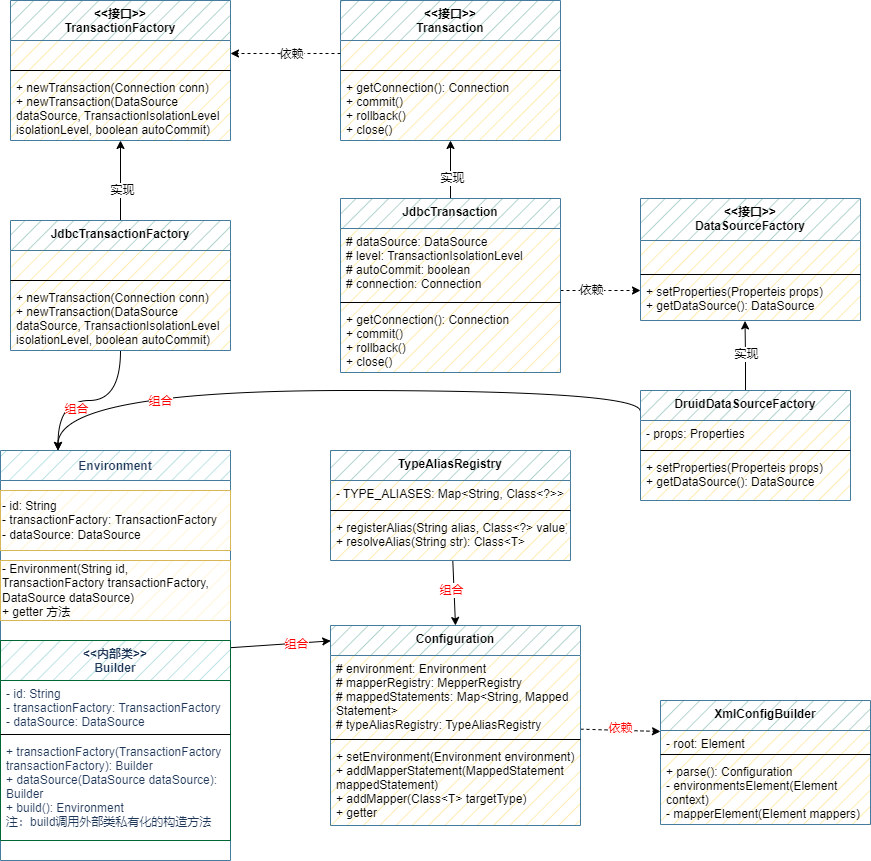
This is wzz-mybatis/mybatis-step04-解析数据源并获取连接.drawio.png from wsxzei/markdown-photos, a draw.io export, as it was before one commit. Source tidied: cells renumbered, new cells last; positions are measured from the earlier drawing's top-left corner, leaving out a move shared by most shapes.
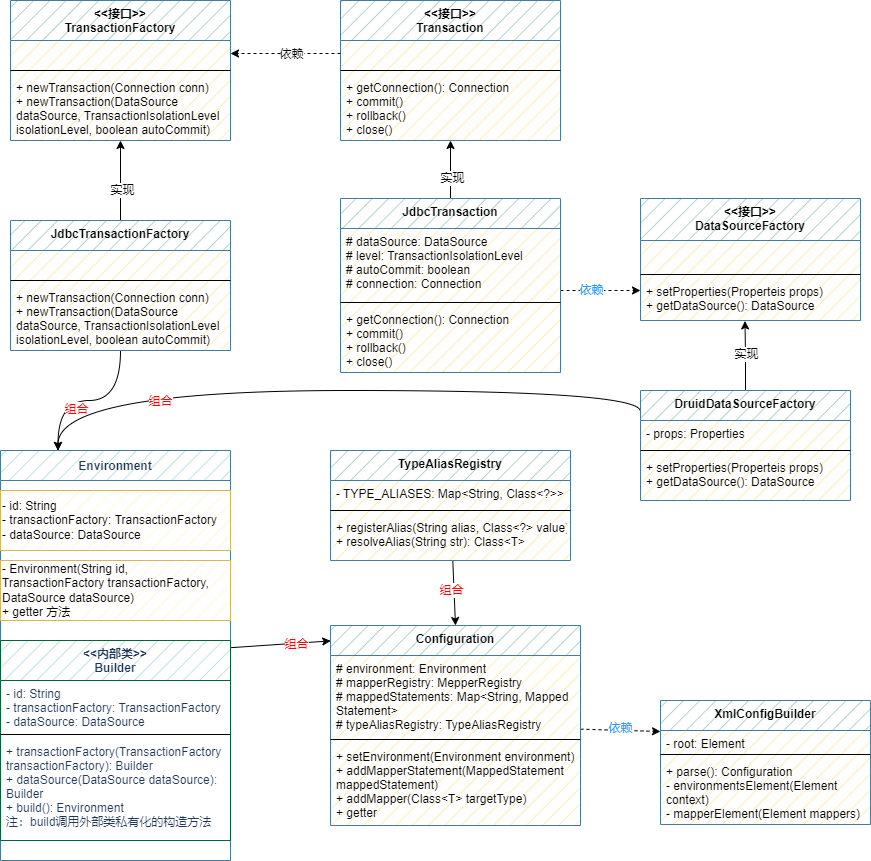
The same diagram one commit later.

Commit message:
更新mybatis-step04-解析数据源并获取连接.drawio.png

What changed in the source:
```diff
@@ -64,7 +64,7 @@
         </Array>
       </mxGeometry>
     </mxCell>
-    <mxCell id="21" value="依赖" style="edgeLabel;html=1;align=center;verticalAlign=middle;" parent="20" vertex="1">
+    <mxCell id="21" value="依赖" style="edgeLabel;html=1;align=center;verticalAlign=middle;fontColor=#3399FF;" parent="20" vertex="1">
       <mxGeometry x="-0.26" y="1" relative="1" as="geometry" />
     </mxCell>
     <mxCell id="22" value="JdbcTransaction" style="swimlane;fontStyle=1;align=center;verticalAlign=top;horizontal=1;startSize=30;gradientColor=none;swimlaneFillColor=#FFE599;fillStyle=hatch;fillColor=#9AC7BF;strokeColor=#457B9D;" parent="1" vertex="1">
@@ -182,7 +182,7 @@
     <mxCell id="55" style="edgeStyle=none;rounded=0;jettySize=auto;html=1;entryX=0;entryY=0.25;entryDx=0;entryDy=0;fontColor=#FF0000;dashed=1;" parent="1" edge="1" source="57" target="61">
       <mxGeometry relative="1" as="geometry" />
     </mxCell>
-    <mxCell id="56" value="依赖" style="edgeLabel;html=1;align=center;verticalAlign=middle;fontColor=#FF0000;" parent="55" vertex="1">
+    <mxCell id="56" value="依赖" style="edgeLabel;html=1;align=center;verticalAlign=middle;fontColor=#3399FF;" parent="55" vertex="1">
       <mxGeometry x="-0.5" y="-2" relative="1" as="geometry">
         <mxPoint x="20" y="-4" as="offset" />
       </mxGeometry>
```
